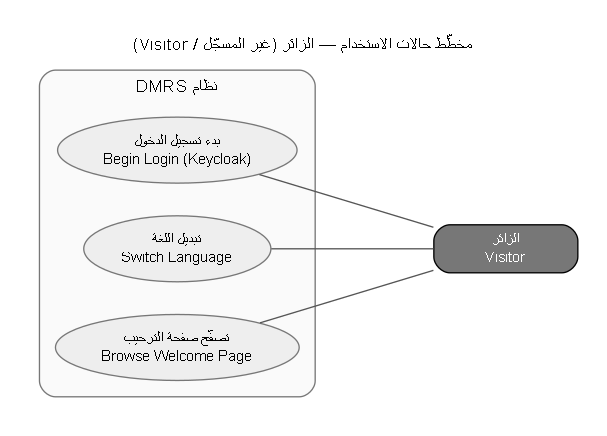
Before: docs/diagrams/usecase-visitor.png, a diagram exported from Graphviz (Khair69/DMRS). Its source is kept beside it as docs/diagrams/usecase-visitor.dot.
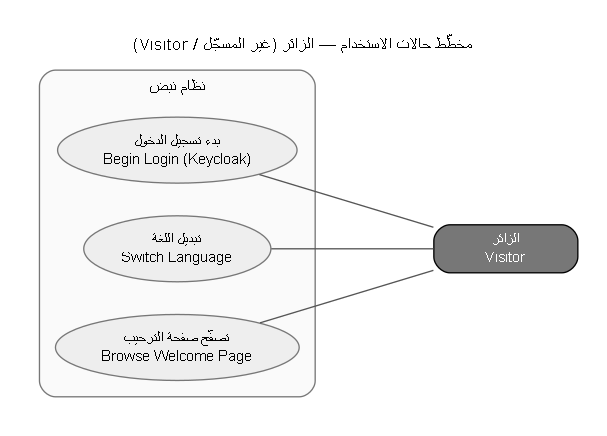
The same diagram one commit later.

Change to the diagram source:
```diff
@@ -9,7 +9,7 @@
          label="الزائر\nVisitor", width=1.5];
 
   subgraph cluster_sys {
-    label="نظام DMRS"; fontname="Arial"; fontsize=13; style="rounded"; color="#777777"; bgcolor="#FAFAFA"; margin=12;
+    label="نظام نبض"; fontname="Arial"; fontsize=13; style="rounded"; color="#777777"; bgcolor="#FAFAFA"; margin=12;
     node [shape=ellipse, style=filled, fillcolor="#EEEEEE", color="#777777"];
 
     u_welcome [label="تصفّح صفحة الترحيب\nBrowse Welcome Page"];
```
